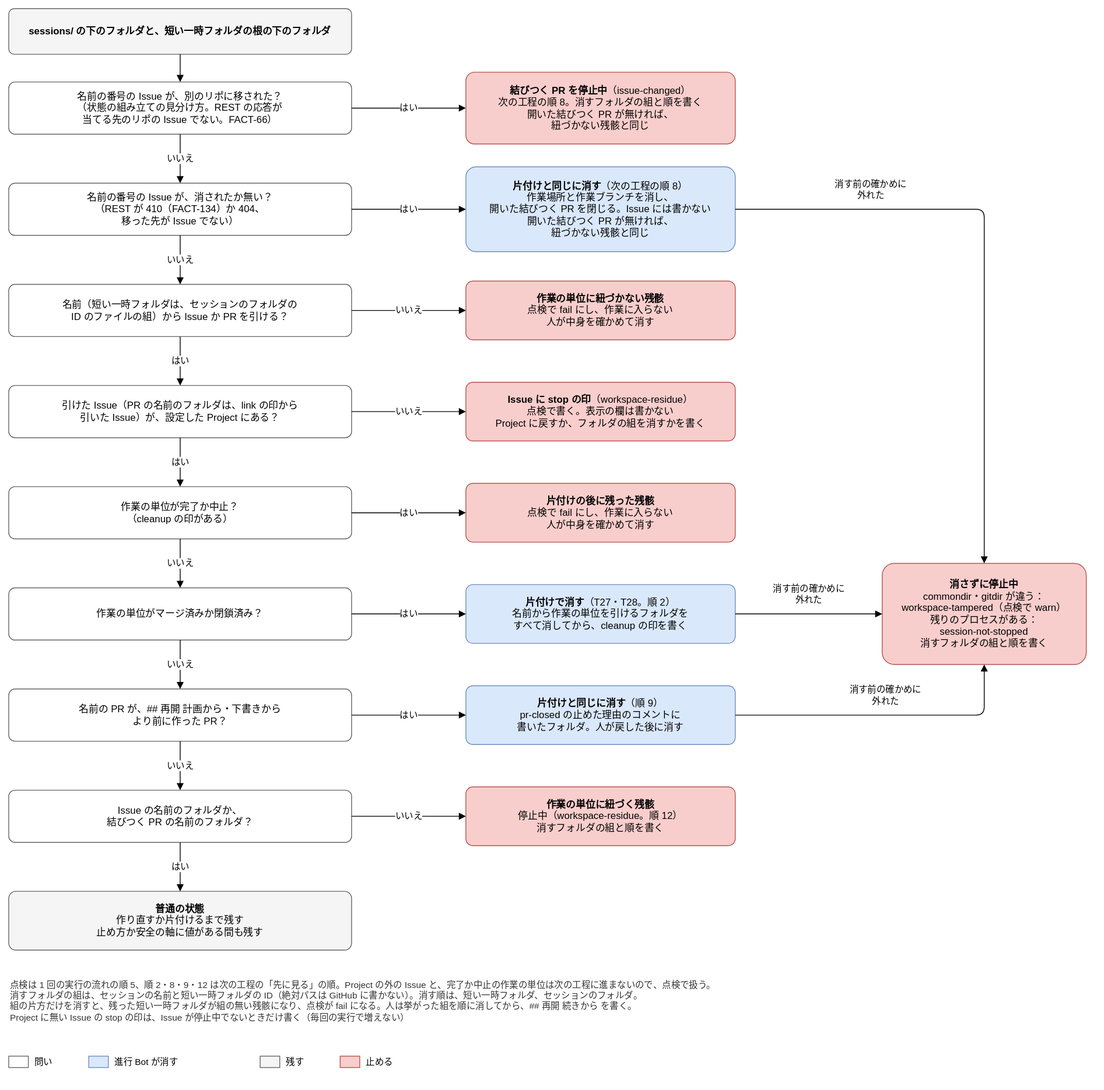
Before: docs/design/basic/diagrams/02-workspace-residue.drawio.svg, a diagram exported from draw.io (Joymerrevent/dev-autopilot). Source tidied: cells renumbered, new cells last; positions are measured from the earlier drawing's top-left corner, leaving out a move shared by most shapes.
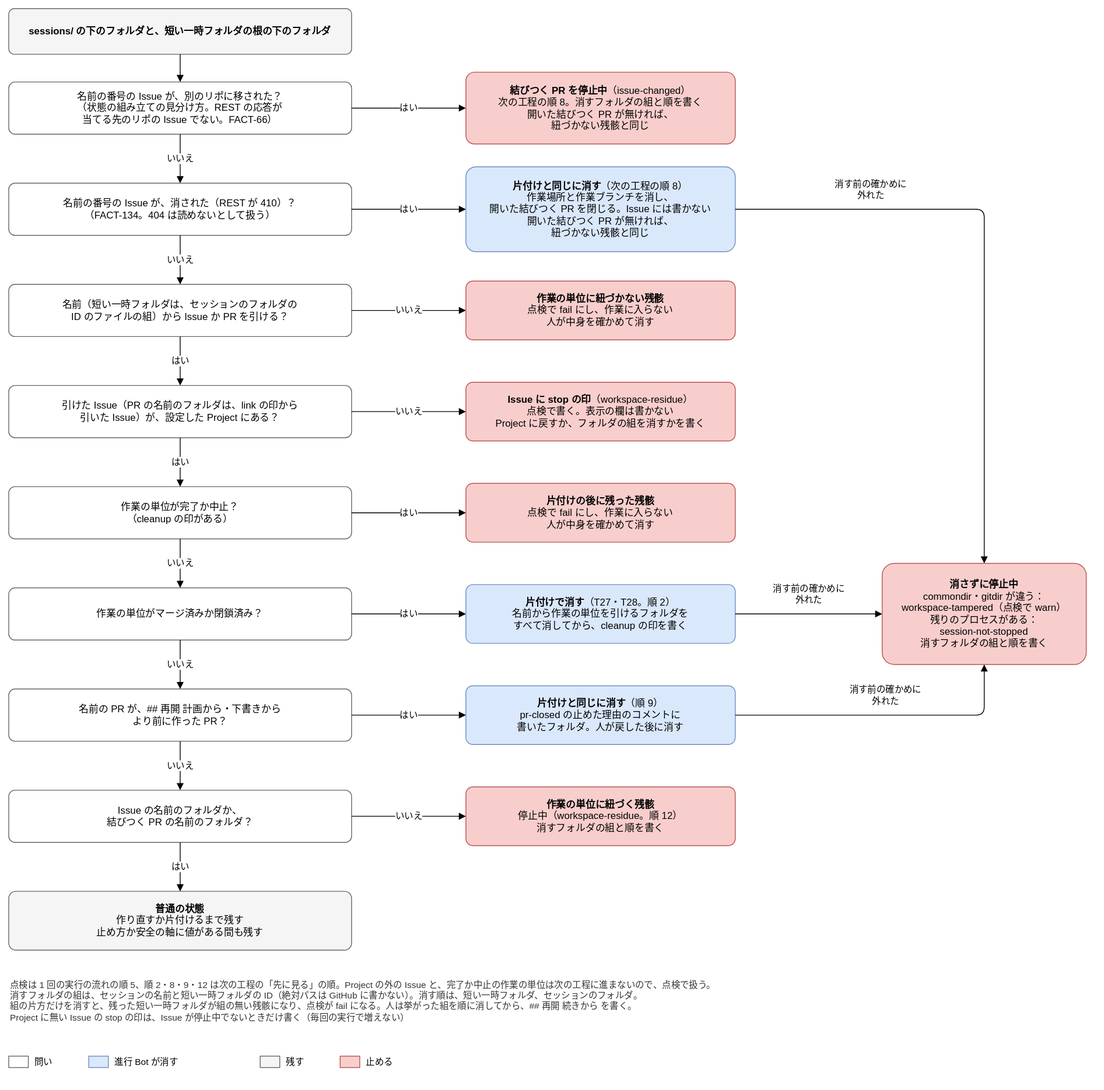
Above is the later version.

Commit message:
docs(design): 基本設計の図で、片付けの問いを「消された（410）？」に直す

6 回目の直しへの追加（R2-21 の扱いを止める側に倒す）。

- 02-next-step-stops の q7b を「Issue が消された（REST が 410）？（404 は読めないとして順 7 で
  止まる）」にする
- 02-workspace-residue の q1b を「名前の番号の Issue が、消された（REST が 410）？（FACT-134。
  404 は読めないとして扱う）」にする

Claude-Session: https://claude.ai/code/session_01LvmXQN14Y95msvojZ6hWNP

Diff of the diagram source:
```diff
@@ -138,7 +138,7 @@
     <mxCell id="44" value="止める" style="text;html=1;whiteSpace=wrap;align=left;verticalAlign=middle;fontSize=11;" parent="1" vertex="1">
       <mxGeometry x="436" y="1278" width="62" height="26" as="geometry" />
     </mxCell>
-    <mxCell id="45" value="名前の番号の Issue が、消されたか無い？&lt;br&gt;（REST が 410（FACT-134）か 404、&lt;br&gt;移った先が Issue でない）" style="rounded=1;whiteSpace=wrap;html=1;fontSize=12;arcSize=12;fillColor=#ffffff;strokeColor=#666666;spacing=8;" parent="1" vertex="1">
+    <mxCell id="45" value="名前の番号の Issue が、消された（REST が 410）？&lt;br&gt;（FACT-134。404 は読めないとして扱う）" style="rounded=1;whiteSpace=wrap;html=1;fontSize=12;arcSize=12;fillColor=#ffffff;strokeColor=#666666;spacing=8;" parent="1" vertex="1">
       <mxGeometry y="214" width="420" height="64" as="geometry" />
     </mxCell>
     <mxCell id="46" value="&lt;b&gt;片付けと同じに消す&lt;/b&gt;（次の工程の順 8）&lt;br&gt;作業場所と作業ブランチを消し、&lt;br&gt;開いた結びつく PR を閉じる。Issue には書かない&lt;br&gt;開いた結びつく PR が無ければ、&lt;br&gt;紐づかない残骸と同じ" style="rounded=1;whiteSpace=wrap;html=1;fontSize=12;arcSize=12;fillColor=#dae8fc;strokeColor=#6c8ebf;spacing=8;" parent="1" vertex="1">
```
